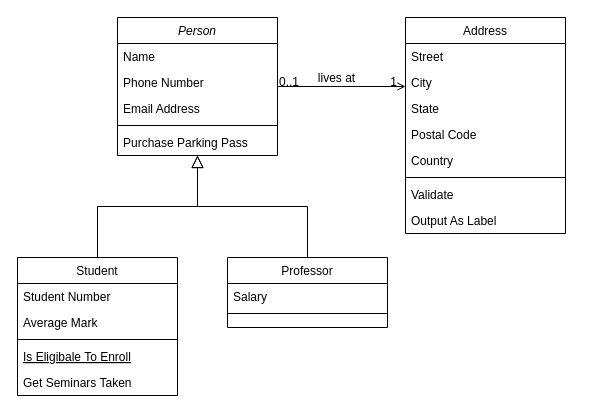
OnikenX/FindYourPath keeps this draw.io diagram as Untitled Diagram.drawio. Above is the earlier version. Source tidied: cells renumbered, new cells numbered last; positions are measured from the earlier drawing's top-left corner, leaving out a move shared by most shapes. Both pictures are drawn from the tidied source at 100%, with x=0, y=0 at pixel (17, 17).
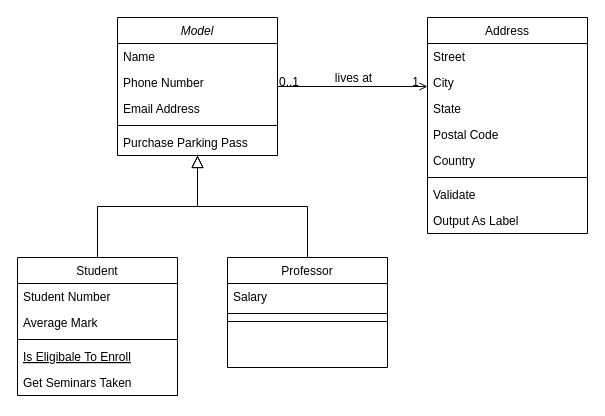
The same page after the edit.

Diff of the diagram source:
```diff
@@
-    <mxCell id="2" value="Person" style="swimlane;fontStyle=2;align=center;verticalAlign=top;horizontal=1;startSize=26;rounded=0;shadow=0;strokeWidth=1;" parent="1" vertex="1">
+    <mxCell id="2" value="Model" style="swimlane;fontStyle=2;align=center;verticalAlign=top;horizontal=1;startSize=26;rounded=0;shadow=0;strokeWidth=1;" parent="1" vertex="1">
       <mxGeometry x="100" width="160" height="138" as="geometry" />
     </mxCell>
@@
     <mxCell id="15" value="Professor" style="swimlane;fontStyle=0;align=center;verticalAlign=top;horizontal=1;startSize=26;rounded=0;shadow=0;strokeWidth=1;" parent="1" vertex="1">
-      <mxGeometry x="210" y="240" width="160" height="70" as="geometry" />
+      <mxGeometry x="210" y="240" width="160" height="110" as="geometry" />
     </mxCell>
@@
+    <mxCell id="32" style="line;html=1;strokeWidth=1;align=left;verticalAlign=middle;spacingTop=-1;spacingLeft=3;spacingRight=3;labelPosition=right;" parent="15" vertex="1">
+      <mxGeometry y="60" width="160" height="8" as="geometry" />
+    </mxCell>
@@
     <mxCell id="19" value="Address" style="swimlane;fontStyle=0;align=center;verticalAlign=top;horizontal=1;startSize=26;rounded=0;shadow=0;strokeWidth=1;" parent="1" vertex="1">
-      <mxGeometry x="388" width="160" height="216" as="geometry" />
+      <mxGeometry x="410" width="160" height="216" as="geometry" />
     </mxCell>
```
